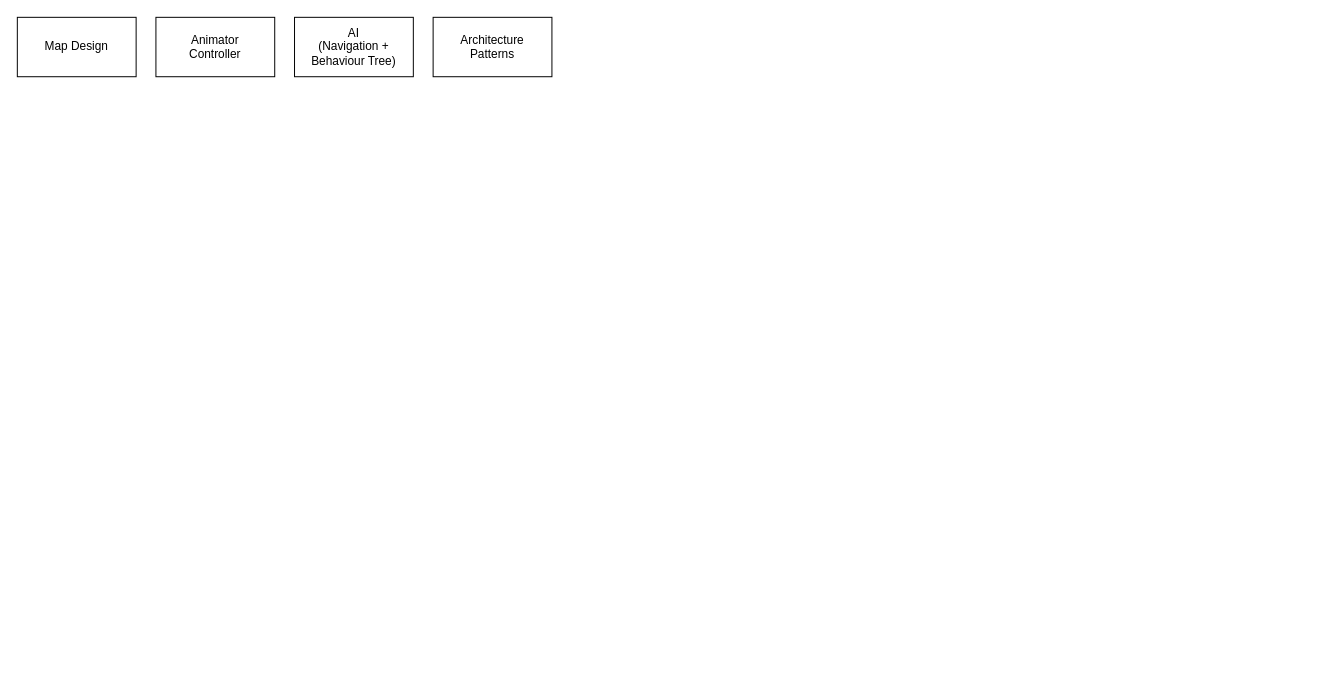
This is RPG3D/RPG3DConcept.drawio from luke-youngmin-cho/UnityEngineBasic_9th, a draw.io file, before an edit. Source tidied: cells renumbered, new cells numbered last; positions are measured from the earlier drawing's top-left corner, leaving out a move shared by most shapes. Both pictures are drawn from the tidied source at 99%, with x=0, y=0 at pixel (17, 17).
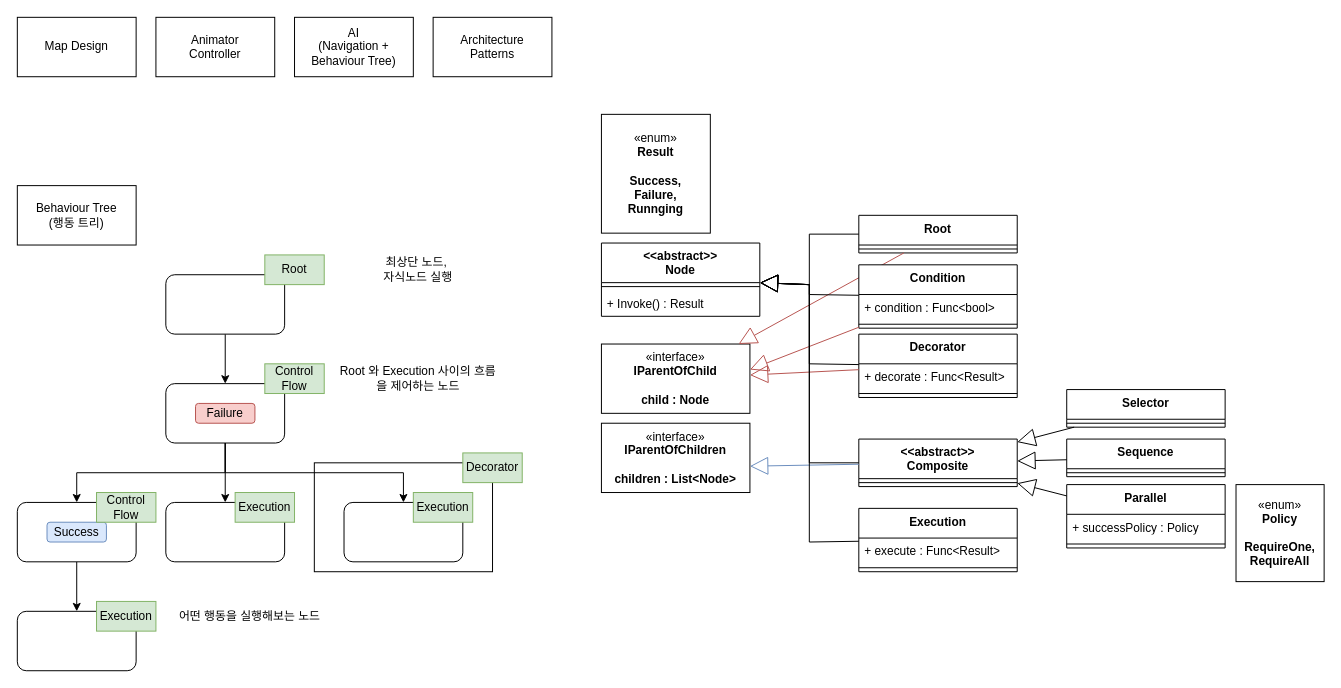
The same diagram, later.

What changed in the source:
```diff
@@
+    <mxCell id="6" style="rounded=0;whiteSpace=wrap;html=1;" parent="1" vertex="1">
+      <mxGeometry x="300" y="450" width="180" height="110" as="geometry" />
+    </mxCell>
@@
+    <mxCell id="7" value="Behaviour Tree&lt;br&gt;(행동 트리)" style="rounded=0;whiteSpace=wrap;html=1;" parent="1" vertex="1">
+      <mxGeometry y="170" width="120" height="60" as="geometry" />
+    </mxCell>
+    <mxCell id="8" style="edgeStyle=orthogonalEdgeStyle;rounded=0;jettySize=auto;html=1;" parent="1" edge="1" source="9" target="13">
+      <mxGeometry relative="1" as="geometry" />
+    </mxCell>
+    <mxCell id="9" style="rounded=1;whiteSpace=wrap;html=1;" parent="1" vertex="1">
+      <mxGeometry x="150" y="260" width="120" height="60" as="geometry" />
+    </mxCell>
+    <mxCell id="10" style="edgeStyle=orthogonalEdgeStyle;rounded=0;jettySize=auto;html=1;" parent="1" edge="1" source="13" target="16">
+      <mxGeometry relative="1" as="geometry" />
+    </mxCell>
+    <mxCell id="11" style="edgeStyle=orthogonalEdgeStyle;rounded=0;jettySize=auto;html=1;" parent="1" edge="1" source="13" target="15">
+      <mxGeometry relative="1" as="geometry">
+        <Array as="points">
+          <mxPoint x="210" y="460" />
+          <mxPoint x="60" y="460" />
+        </Array>
+      </mxGeometry>
+    </mxCell>
+    <mxCell id="12" style="edgeStyle=orthogonalEdgeStyle;rounded=0;jettySize=auto;html=1;" parent="1" edge="1" source="13" target="17">
+      <mxGeometry relative="1" as="geometry">
+        <Array as="points">
+          <mxPoint x="210" y="460" />
+          <mxPoint x="390" y="460" />
+        </Array>
+      </mxGeometry>
+    </mxCell>
+    <mxCell id="13" style="rounded=1;whiteSpace=wrap;html=1;" parent="1" vertex="1">
+      <mxGeometry x="150" y="370" width="120" height="60" as="geometry" />
+    </mxCell>
+    <mxCell id="14" style="edgeStyle=orthogonalEdgeStyle;rounded=0;jettySize=auto;html=1;" parent="1" edge="1" source="15" target="18">
+      <mxGeometry relative="1" as="geometry" />
+    </mxCell>
+    <mxCell id="15" style="rounded=1;whiteSpace=wrap;html=1;" parent="1" vertex="1">
+      <mxGeometry y="490" width="120" height="60" as="geometry" />
+    </mxCell>
+    <mxCell id="16" style="rounded=1;whiteSpace=wrap;html=1;" parent="1" vertex="1">
+      <mxGeometry x="150" y="490" width="120" height="60" as="geometry" />
+    </mxCell>
+    <mxCell id="17" style="rounded=1;whiteSpace=wrap;html=1;" parent="1" vertex="1">
+      <mxGeometry x="330" y="490" width="120" height="60" as="geometry" />
+    </mxCell>
+    <mxCell id="18" style="rounded=1;whiteSpace=wrap;html=1;" parent="1" vertex="1">
+      <mxGeometry y="600" width="120" height="60" as="geometry" />
+    </mxCell>
+    <mxCell id="19" value="Success" style="rounded=1;whiteSpace=wrap;html=1;fillColor=#dae8fc;strokeColor=#6c8ebf;" parent="1" vertex="1">
+      <mxGeometry x="30" y="510" width="60" height="20" as="geometry" />
+    </mxCell>
+    <mxCell id="20" value="Failure" style="rounded=1;whiteSpace=wrap;html=1;fillColor=#f8cecc;strokeColor=#b85450;" parent="1" vertex="1">
+      <mxGeometry x="180" y="390" width="60" height="20" as="geometry" />
+    </mxCell>
+    <mxCell id="21" value="Root" style="text;html=1;strokeColor=#82b366;fillColor=#d5e8d4;align=center;verticalAlign=middle;whiteSpace=wrap;rounded=0;" parent="1" vertex="1">
+      <mxGeometry x="250" y="240" width="60" height="30" as="geometry" />
+    </mxCell>
+    <mxCell id="22" value="Execution" style="text;html=1;strokeColor=#82b366;fillColor=#d5e8d4;align=center;verticalAlign=middle;whiteSpace=wrap;rounded=0;" parent="1" vertex="1">
+      <mxGeometry x="80" y="590" width="60" height="30" as="geometry" />
+    </mxCell>
+    <mxCell id="23" value="Control&lt;br&gt;Flow" style="text;html=1;strokeColor=#82b366;fillColor=#d5e8d4;align=center;verticalAlign=middle;whiteSpace=wrap;rounded=0;" parent="1" vertex="1">
+      <mxGeometry x="250" y="350" width="60" height="30" as="geometry" />
+    </mxCell>
+    <mxCell id="24" value="Execution" style="text;html=1;strokeColor=#82b366;fillColor=#d5e8d4;align=center;verticalAlign=middle;whiteSpace=wrap;rounded=0;" parent="1" vertex="1">
+      <mxGeometry x="220" y="480" width="60" height="30" as="geometry" />
+    </mxCell>
+    <mxCell id="25" value="Execution" style="text;html=1;strokeColor=#82b366;fillColor=#d5e8d4;align=center;verticalAlign=middle;whiteSpace=wrap;rounded=0;" parent="1" vertex="1">
+      <mxGeometry x="400" y="480" width="60" height="30" as="geometry" />
+    </mxCell>
+    <mxCell id="26" value="Control&lt;br&gt;Flow" style="text;html=1;strokeColor=#82b366;fillColor=#d5e8d4;align=center;verticalAlign=middle;whiteSpace=wrap;rounded=0;" parent="1" vertex="1">
+      <mxGeometry x="80" y="480" width="60" height="30" as="geometry" />
+    </mxCell>
+    <mxCell id="27" value="최상단 노드,&amp;nbsp;&lt;br&gt;자식노드 실행" style="text;html=1;strokeColor=none;fillColor=none;align=center;verticalAlign=middle;whiteSpace=wrap;rounded=0;" parent="1" vertex="1">
+      <mxGeometry x="320" y="240" width="170" height="30" as="geometry" />
+    </mxCell>
+    <mxCell id="28" value="Root 와 Execution 사이의 흐름을 제어하는 노드" style="text;html=1;strokeColor=none;fillColor=none;align=center;verticalAlign=middle;whiteSpace=wrap;rounded=0;" parent="1" vertex="1">
+      <mxGeometry x="320" y="350" width="170" height="30" as="geometry" />
+    </mxCell>
+    <mxCell id="29" value="어떤 행동을 실행해보는 노드" style="text;html=1;strokeColor=none;fillColor=none;align=center;verticalAlign=middle;whiteSpace=wrap;rounded=0;" parent="1" vertex="1">
+      <mxGeometry x="150" y="590" width="170" height="30" as="geometry" />
+    </mxCell>
+    <mxCell id="30" value="Decorator" style="text;html=1;strokeColor=#82b366;fillColor=#d5e8d4;align=center;verticalAlign=middle;whiteSpace=wrap;rounded=0;" parent="1" vertex="1">
+      <mxGeometry x="450" y="440" width="60" height="30" as="geometry" />
+    </mxCell>
+    <mxCell id="31" value="&amp;lt;&amp;lt;abstract&amp;gt;&amp;gt;&lt;br&gt;Node" style="swimlane;fontStyle=1;align=center;verticalAlign=top;horizontal=1;startSize=40;whiteSpace=wrap;html=1;" parent="1" vertex="1">
+      <mxGeometry x="590" y="228" width="160" height="74" as="geometry" />
+    </mxCell>
+    <mxCell id="32" style="line;strokeWidth=1;fillColor=none;align=left;verticalAlign=middle;spacingTop=-1;spacingLeft=3;spacingRight=3;labelPosition=right;strokeColor=inherit;" parent="31" vertex="1">
+      <mxGeometry y="40" width="160" height="8" as="geometry" />
+    </mxCell>
+    <mxCell id="33" value="+ Invoke() : Result" style="text;strokeColor=none;fillColor=none;align=left;verticalAlign=top;spacingLeft=4;spacingRight=4;overflow=hidden;whiteSpace=wrap;html=1;" parent="31" vertex="1">
+      <mxGeometry y="48" width="160" height="26" as="geometry" />
+    </mxCell>
+    <mxCell id="34" value="«enum»&lt;br&gt;&lt;b&gt;Result&lt;br&gt;&lt;br&gt;Success,&lt;br&gt;Failure,&lt;br&gt;Runnging&lt;br&gt;&lt;/b&gt;" style="html=1;whiteSpace=wrap;" parent="1" vertex="1">
+      <mxGeometry x="590" y="98" width="110" height="120" as="geometry" />
+    </mxCell>
+    <mxCell id="35" value="Root" style="swimlane;fontStyle=1;align=center;verticalAlign=top;horizontal=1;startSize=30;whiteSpace=wrap;html=1;" parent="1" vertex="1">
+      <mxGeometry x="850" y="200" width="160" height="38" as="geometry" />
+    </mxCell>
+    <mxCell id="36" style="line;strokeWidth=1;fillColor=none;align=left;verticalAlign=middle;spacingTop=-1;spacingLeft=3;spacingRight=3;labelPosition=right;strokeColor=inherit;" parent="35" vertex="1">
+      <mxGeometry y="30" width="160" height="8" as="geometry" />
+    </mxCell>
+    <mxCell id="37" value="«interface»&lt;br&gt;&lt;b&gt;IParentOfChild&lt;br&gt;&lt;br&gt;child : Node&lt;br&gt;&lt;/b&gt;" style="html=1;whiteSpace=wrap;" parent="1" vertex="1">
+      <mxGeometry x="590" y="330" width="150" height="70" as="geometry" />
+    </mxCell>
+    <mxCell id="38" value="«interface»&lt;br&gt;&lt;b&gt;IParentOfChildren&lt;br&gt;&lt;br&gt;children : List&amp;lt;Node&amp;gt;&lt;br&gt;&lt;/b&gt;" style="html=1;whiteSpace=wrap;" parent="1" vertex="1">
+      <mxGeometry x="590" y="410" width="150" height="70" as="geometry" />
+    </mxCell>
+    <mxCell id="39" style="endArrow=block;endSize=16;endFill=0;html=1;rounded=0;fillColor=#f8cecc;strokeColor=#b85450;" parent="1" edge="1" source="35" target="37">
+      <mxGeometry relative="1" as="geometry" />
+    </mxCell>
+    <mxCell id="40" value="Condition" style="swimlane;fontStyle=1;align=center;verticalAlign=top;horizontal=1;startSize=30;whiteSpace=wrap;html=1;" parent="1" vertex="1">
+      <mxGeometry x="850" y="250" width="160" height="64" as="geometry" />
+    </mxCell>
+    <mxCell id="41" value="+ condition : Func&amp;lt;bool&amp;gt;" style="text;strokeColor=none;fillColor=none;align=left;verticalAlign=top;spacingLeft=4;spacingRight=4;overflow=hidden;whiteSpace=wrap;html=1;" parent="40" vertex="1">
+      <mxGeometry y="30" width="160" height="26" as="geometry" />
+    </mxCell>
+    <mxCell id="42" style="line;strokeWidth=1;fillColor=none;align=left;verticalAlign=middle;spacingTop=-1;spacingLeft=3;spacingRight=3;labelPosition=right;strokeColor=inherit;" parent="40" vertex="1">
+      <mxGeometry y="56" width="160" height="8" as="geometry" />
+    </mxCell>
+    <mxCell id="43" style="endArrow=block;endSize=16;endFill=0;html=1;rounded=0;fillColor=#f8cecc;strokeColor=#b85450;" parent="1" edge="1" source="40">
+      <mxGeometry relative="1" as="geometry">
+        <mxPoint x="740" y="355.8" as="targetPoint" />
+      </mxGeometry>
+    </mxCell>
+    <mxCell id="44" value="Execution" style="swimlane;fontStyle=1;align=center;verticalAlign=top;horizontal=1;startSize=30;whiteSpace=wrap;html=1;" parent="1" vertex="1">
+      <mxGeometry x="850" y="496" width="160" height="64" as="geometry" />
+    </mxCell>
+    <mxCell id="45" value="+ execute : Func&amp;lt;Result&amp;gt;" style="text;strokeColor=none;fillColor=none;align=left;verticalAlign=top;spacingLeft=4;spacingRight=4;overflow=hidden;whiteSpace=wrap;html=1;" parent="44" vertex="1">
+      <mxGeometry y="30" width="160" height="26" as="geometry" />
+    </mxCell>
+    <mxCell id="46" style="line;strokeWidth=1;fillColor=none;align=left;verticalAlign=middle;spacingTop=-1;spacingLeft=3;spacingRight=3;labelPosition=right;strokeColor=inherit;" parent="44" vertex="1">
+      <mxGeometry y="56" width="160" height="8" as="geometry" />
+    </mxCell>
+    <mxCell id="47" value="&amp;lt;&amp;lt;abstract&amp;gt;&amp;gt;&lt;br&gt;Composite" style="swimlane;fontStyle=1;align=center;verticalAlign=top;horizontal=1;startSize=40;whiteSpace=wrap;html=1;" parent="1" vertex="1">
+      <mxGeometry x="850" y="426" width="160" height="48" as="geometry" />
+    </mxCell>
+    <mxCell id="48" style="line;strokeWidth=1;fillColor=none;align=left;verticalAlign=middle;spacingTop=-1;spacingLeft=3;spacingRight=3;labelPosition=right;strokeColor=inherit;" parent="47" vertex="1">
+      <mxGeometry y="40" width="160" height="8" as="geometry" />
+    </mxCell>
+    <mxCell id="49" style="endArrow=block;endSize=16;endFill=0;html=1;rounded=0;fillColor=#dae8fc;strokeColor=#6c8ebf;" parent="1" edge="1" source="47">
+      <mxGeometry relative="1" as="geometry">
+        <mxPoint x="740" y="453.4" as="targetPoint" />
+      </mxGeometry>
+    </mxCell>
+    <mxCell id="50" value="Selector" style="swimlane;fontStyle=1;align=center;verticalAlign=top;horizontal=1;startSize=30;whiteSpace=wrap;html=1;" parent="1" vertex="1">
+      <mxGeometry x="1060" y="376" width="160" height="38" as="geometry" />
+    </mxCell>
+    <mxCell id="51" style="line;strokeWidth=1;fillColor=none;align=left;verticalAlign=middle;spacingTop=-1;spacingLeft=3;spacingRight=3;labelPosition=right;strokeColor=inherit;" parent="50" vertex="1">
+      <mxGeometry y="30" width="160" height="8" as="geometry" />
+    </mxCell>
+    <mxCell id="52" value="Sequence" style="swimlane;fontStyle=1;align=center;verticalAlign=top;horizontal=1;startSize=30;whiteSpace=wrap;html=1;" parent="1" vertex="1">
+      <mxGeometry x="1060" y="426" width="160" height="38" as="geometry" />
+    </mxCell>
+    <mxCell id="53" style="line;strokeWidth=1;fillColor=none;align=left;verticalAlign=middle;spacingTop=-1;spacingLeft=3;spacingRight=3;labelPosition=right;strokeColor=inherit;" parent="52" vertex="1">
+      <mxGeometry y="30" width="160" height="8" as="geometry" />
+    </mxCell>
+    <mxCell id="54" value="Parallel" style="swimlane;fontStyle=1;align=center;verticalAlign=top;horizontal=1;startSize=30;whiteSpace=wrap;html=1;" parent="1" vertex="1">
+      <mxGeometry x="1060" y="472" width="160" height="64" as="geometry" />
+    </mxCell>
+    <mxCell id="55" value="+ successPolicy : Policy" style="text;strokeColor=none;fillColor=none;align=left;verticalAlign=top;spacingLeft=4;spacingRight=4;overflow=hidden;whiteSpace=wrap;html=1;" parent="54" vertex="1">
+      <mxGeometry y="30" width="160" height="26" as="geometry" />
+    </mxCell>
+    <mxCell id="56" style="line;strokeWidth=1;fillColor=none;align=left;verticalAlign=middle;spacingTop=-1;spacingLeft=3;spacingRight=3;labelPosition=right;strokeColor=inherit;" parent="54" vertex="1">
+      <mxGeometry y="56" width="160" height="8" as="geometry" />
+    </mxCell>
+    <mxCell id="57" style="endArrow=block;endSize=16;endFill=0;html=1;rounded=0;" parent="1" edge="1" source="50" target="47">
+      <mxGeometry relative="1" as="geometry" />
+    </mxCell>
+    <mxCell id="58" style="endArrow=block;endSize=16;endFill=0;html=1;rounded=0;" parent="1" edge="1" source="52" target="47">
+      <mxGeometry relative="1" as="geometry" />
+    </mxCell>
+    <mxCell id="59" style="endArrow=block;endSize=16;endFill=0;html=1;rounded=0;" parent="1" edge="1" source="54" target="47">
+      <mxGeometry relative="1" as="geometry" />
+    </mxCell>
+    <mxCell id="60" value="«enum»&lt;br&gt;&lt;b&gt;Policy&lt;br&gt;&lt;br&gt;RequireOne,&lt;br&gt;RequireAll&lt;br&gt;&lt;/b&gt;" style="html=1;whiteSpace=wrap;" parent="1" vertex="1">
+      <mxGeometry x="1231" y="472" width="89" height="98" as="geometry" />
+    </mxCell>
+    <mxCell id="61" value="Decorator" style="swimlane;fontStyle=1;align=center;verticalAlign=top;horizontal=1;startSize=30;whiteSpace=wrap;html=1;" parent="1" vertex="1">
+      <mxGeometry x="850" y="320" width="160" height="64" as="geometry" />
+    </mxCell>
+    <mxCell id="62" value="+ decorate : Func&amp;lt;Result&amp;gt;" style="text;strokeColor=none;fillColor=none;align=left;verticalAlign=top;spacingLeft=4;spacingRight=4;overflow=hidden;whiteSpace=wrap;html=1;" parent="61" vertex="1">
+      <mxGeometry y="30" width="160" height="26" as="geometry" />
+    </mxCell>
+    <mxCell id="63" style="line;strokeWidth=1;fillColor=none;align=left;verticalAlign=middle;spacingTop=-1;spacingLeft=3;spacingRight=3;labelPosition=right;strokeColor=inherit;" parent="61" vertex="1">
+      <mxGeometry y="56" width="160" height="8" as="geometry" />
+    </mxCell>
+    <mxCell id="64" style="endArrow=block;endSize=16;endFill=0;html=1;rounded=0;fillColor=#f8cecc;strokeColor=#b85450;" parent="1" edge="1" source="61" target="37">
+      <mxGeometry relative="1" as="geometry" />
+    </mxCell>
+    <mxCell id="65" style="endArrow=block;endSize=16;endFill=0;html=1;rounded=0;" parent="1" edge="1" source="35" target="31">
+      <mxGeometry relative="1" as="geometry">
+        <Array as="points">
+          <mxPoint x="800" y="219" />
+          <mxPoint x="800" y="270" />
+        </Array>
+      </mxGeometry>
+    </mxCell>
+    <mxCell id="66" style="endArrow=block;endSize=16;endFill=0;html=1;rounded=0;" parent="1" edge="1" source="40" target="31">
+      <mxGeometry relative="1" as="geometry">
+        <Array as="points">
+          <mxPoint x="800" y="280" />
+          <mxPoint x="800" y="270" />
+        </Array>
+      </mxGeometry>
+    </mxCell>
+    <mxCell id="67" style="endArrow=block;endSize=16;endFill=0;html=1;rounded=0;" parent="1" edge="1" source="61" target="31">
+      <mxGeometry relative="1" as="geometry">
+        <Array as="points">
+          <mxPoint x="800" y="350" />
+          <mxPoint x="800" y="270" />
+        </Array>
+      </mxGeometry>
+    </mxCell>
+    <mxCell id="68" style="endArrow=block;endSize=16;endFill=0;html=1;rounded=0;" parent="1" edge="1" source="47" target="31">
+      <mxGeometry relative="1" as="geometry">
+        <Array as="points">
+          <mxPoint x="800" y="450" />
+          <mxPoint x="800" y="270" />
+        </Array>
+      </mxGeometry>
+    </mxCell>
+    <mxCell id="69" style="endArrow=block;endSize=16;endFill=0;html=1;rounded=0;" parent="1" edge="1" source="44" target="31">
+      <mxGeometry relative="1" as="geometry">
+        <Array as="points">
+          <mxPoint x="800" y="530" />
+          <mxPoint x="800" y="270" />
+        </Array>
+      </mxGeometry>
+    </mxCell>
```
